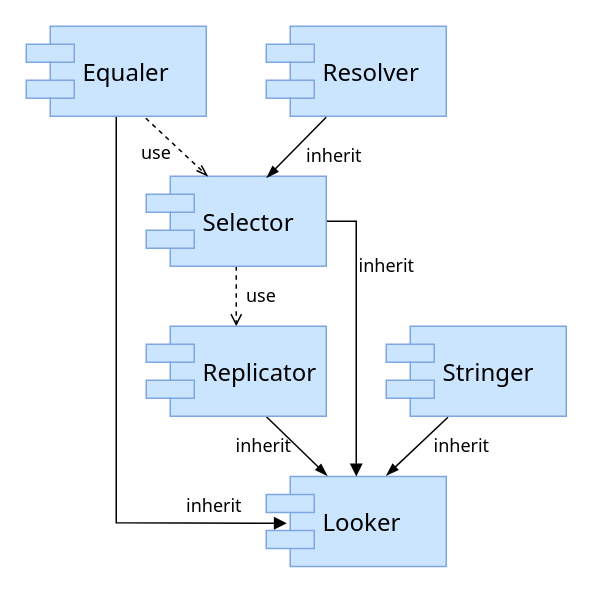
Before: doc/Looker/ClassDiagram.drawio in Wandalen/Documenation, a draw.io diagram. Source tidied: cells renumbered, new cells numbered last; positions are measured from the earlier drawing's top-left corner, leaving out a move shared by most shapes. Both pictures are drawn from the tidied source at 150%, with x=0, y=0 at pixel (26, 26).
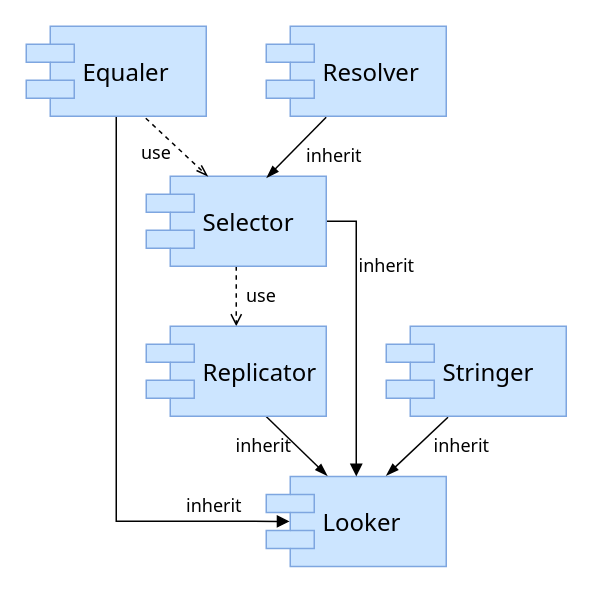
Above is the later version.

Unchanged cells that the change refers to:
```xml
<mxCell id="2" value="Looker" style="shape=component;align=left;spacingLeft=36;rounded=1;shadow=0;glass=0;fontFamily=Tahoma;fillColor=#cce5ff;strokeColor=#7EA6E0;fontSize=16;" parent="1" vertex="1">
  <mxGeometry x="160" y="300.1" width="120" height="60" as="geometry" />
</mxCell>
<mxCell id="13" value="Equaler" style="shape=component;align=left;spacingLeft=36;rounded=1;shadow=0;glass=0;fontFamily=Tahoma;fillColor=#cce5ff;strokeColor=#7EA6E0;fontSize=16;" parent="1" vertex="1">
  <mxGeometry width="120" height="60" as="geometry" />
</mxCell>
```

Change to the diagram source:
```diff
@@
-    <mxCell id="12" style="edgeStyle=none;rounded=0;jettySize=auto;html=1;endArrow=block;endFill=1;fontFamily=Tahoma;fontSize=16;entryX=0.114;entryY=0.521;entryDx=0;entryDy=0;entryPerimeter=0;" parent="1" edge="1" source="13" target="2">
+    <mxCell id="12" style="edgeStyle=none;rounded=0;jettySize=auto;html=1;endArrow=block;endFill=1;fontFamily=Tahoma;fontSize=16;entryX=0.13;entryY=0.5;entryDx=0;entryDy=0;entryPerimeter=0;" parent="1" edge="1" source="13" target="2">
       <mxGeometry relative="1" as="geometry">
         <Array as="points">
-          <mxPoint x="60" y="331" />
+          <mxPoint x="60" y="330" />
         </Array>
       </mxGeometry>
     </mxCell>
```
